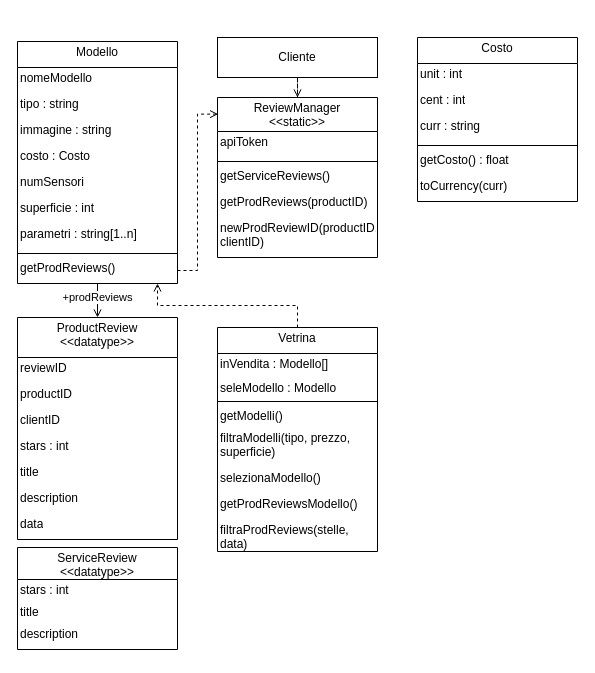
Earlier version of the draw.io diagram page "Vetrina" (3 of 10) of deliverables/d3/.media/.drawio/classi.drawio (amanfucci/ardeeno-workondeliverables). Source tidied: cells renumbered, new cells numbered last; positions are measured from the earlier drawing's top-left corner, leaving out a move shared by most shapes. Both pictures are drawn from the tidied source at 100%, with x=0, y=0 at pixel (17, 37).
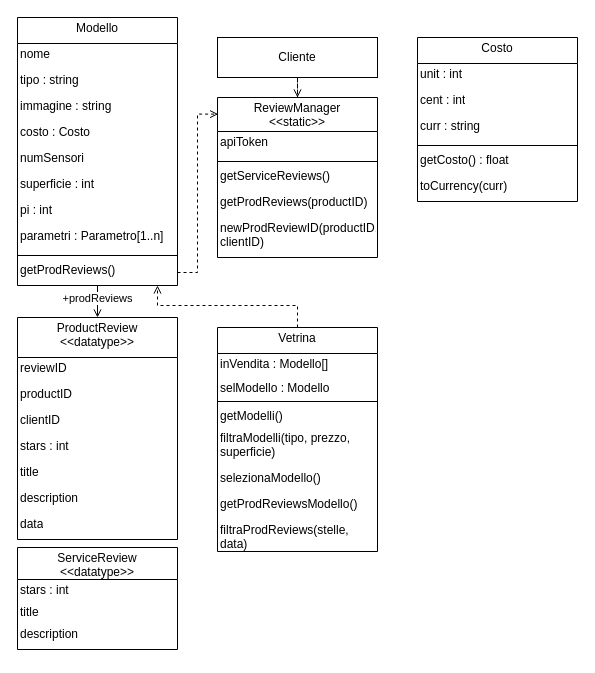
Above is the later version.

Unchanged cells that the change refers to:
```xml
<mxCell id="34" value="Vetrina" style="swimlane;fontStyle=0;align=center;verticalAlign=top;horizontal=1;startSize=26;whiteSpace=wrap;spacing=-1;" parent="1" vertex="1">
  <mxGeometry x="200" y="290" width="160" height="224" as="geometry" />
</mxCell>
```

Diff of the diagram source:
```diff
@@
     <mxCell id="5" value="Modello" style="swimlane;fontStyle=0;align=center;verticalAlign=top;horizontal=1;startSize=26;whiteSpace=wrap;spacing=-1;" parent="1" vertex="1">
-      <mxGeometry y="4" width="160" height="242" as="geometry" />
+      <mxGeometry y="-20" width="160" height="268" as="geometry" />
     </mxCell>
-    <mxCell id="6" value="nomeModello" style="text;strokeColor=none;fillColor=none;align=left;verticalAlign=top;spacingLeft=4;spacingRight=4;overflow=hidden;fontStyle=0;whiteSpace=wrap;spacing=-1;" parent="5" vertex="1">
+    <mxCell id="6" value="nome" style="text;strokeColor=none;fillColor=none;align=left;verticalAlign=top;spacingLeft=4;spacingRight=4;overflow=hidden;fontStyle=0;whiteSpace=wrap;spacing=-1;" parent="5" vertex="1">
       <mxGeometry y="26" width="160" height="26" as="geometry" />
     </mxCell>
@@
+    <mxCell id="51" value="pi : int" style="text;strokeColor=none;fillColor=none;align=left;verticalAlign=top;spacingLeft=4;spacingRight=4;overflow=hidden;fontStyle=0;whiteSpace=wrap;spacing=-1;" parent="5" vertex="1">
+      <mxGeometry y="182" width="160" height="26" as="geometry" />
+    </mxCell>
-    <mxCell id="12" value="parametri : string[1..n]" style="text;strokeColor=none;fillColor=none;align=left;verticalAlign=top;spacingLeft=4;spacingRight=4;overflow=hidden;fontStyle=0;whiteSpace=wrap;spacing=-1;" parent="5" vertex="1">
-      <mxGeometry y="182" width="160" height="26" as="geometry" />
+    <mxCell id="12" value="parametri : Parametro[1..n]" style="text;strokeColor=none;fillColor=none;align=left;verticalAlign=top;spacingLeft=4;spacingRight=4;overflow=hidden;fontStyle=0;whiteSpace=wrap;spacing=-1;" parent="5" vertex="1">
+      <mxGeometry y="208" width="160" height="26" as="geometry" />
     </mxCell>
     <mxCell id="13" style="line;strokeWidth=1;fillColor=none;align=left;verticalAlign=middle;spacingTop=-1;spacingLeft=3;spacingRight=3;labelPosition=right;strokeColor=inherit;fontStyle=0;whiteSpace=wrap;spacing=-1;" parent="5" vertex="1">
-      <mxGeometry y="208" width="160" height="8" as="geometry" />
+      <mxGeometry y="234" width="160" height="8" as="geometry" />
     </mxCell>
     <mxCell id="14" value="getProdReviews()" style="text;strokeColor=none;fillColor=none;align=left;verticalAlign=top;spacingLeft=4;spacingRight=4;overflow=hidden;points=[[0,0.5],[1,0.5]];portConstraint=eastwest;fontStyle=0;whiteSpace=wrap;spacing=-1;" parent="5" vertex="1">
-      <mxGeometry y="216" width="160" height="26" as="geometry" />
+      <mxGeometry y="242" width="160" height="26" as="geometry" />
     </mxCell>
@@
-    <mxCell id="36" value="seleModello : Modello" style="text;strokeColor=none;fillColor=none;align=left;verticalAlign=top;spacingLeft=4;spacingRight=4;overflow=hidden;fontStyle=0;whiteSpace=wrap;spacing=-1;" parent="34" vertex="1">
+    <mxCell id="36" value="selModello : Modello" style="text;strokeColor=none;fillColor=none;align=left;verticalAlign=top;spacingLeft=4;spacingRight=4;overflow=hidden;fontStyle=0;whiteSpace=wrap;spacing=-1;" parent="34" vertex="1">
       <mxGeometry y="50" width="160" height="20" as="geometry" />
     </mxCell>
```
